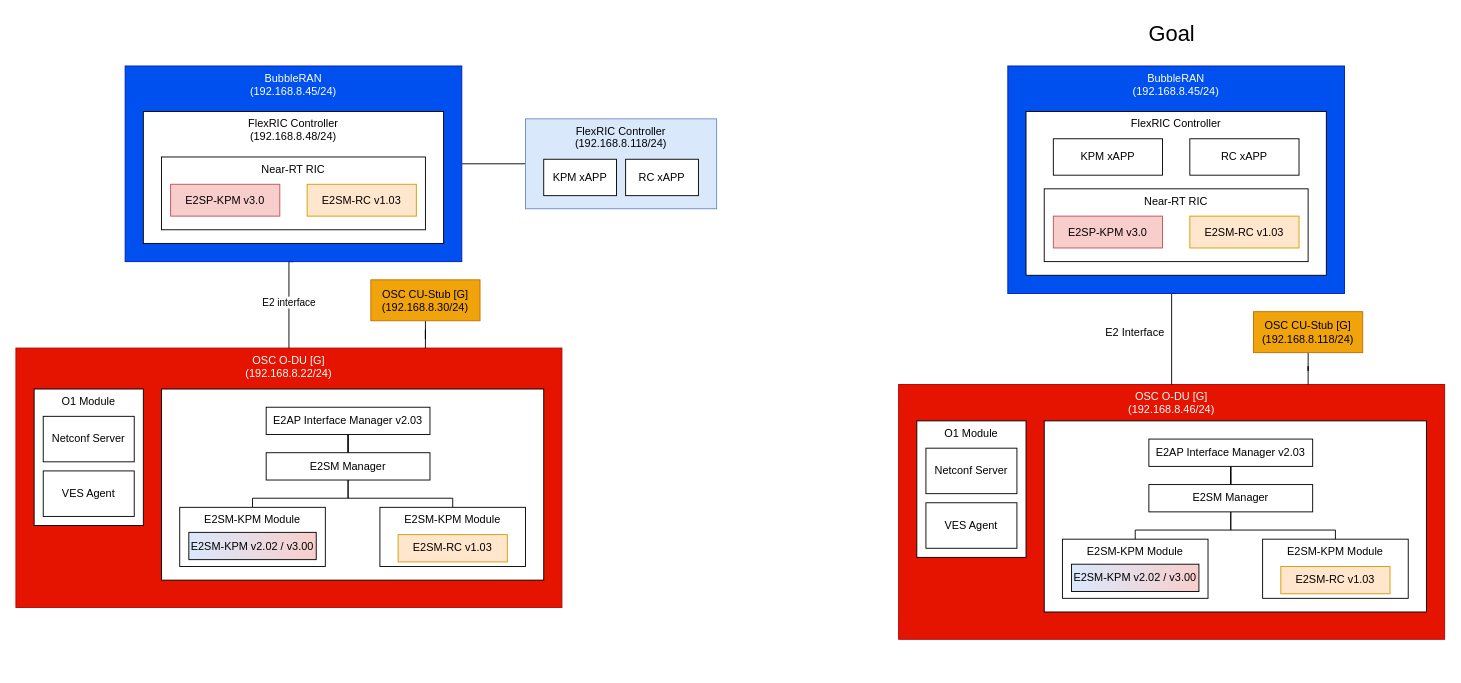
Before: page "Option 1" (1 of 5) of diagrams.drawio in NTUST-BMW-Lab/bubbleran, a draw.io diagram. Source tidied: cells renumbered, new cells numbered last; positions are measured from the earlier drawing's top-left corner, leaving out a move shared by most shapes. Both pictures are drawn from the tidied source at 91%, with x=0, y=0 at pixel (15, 15).
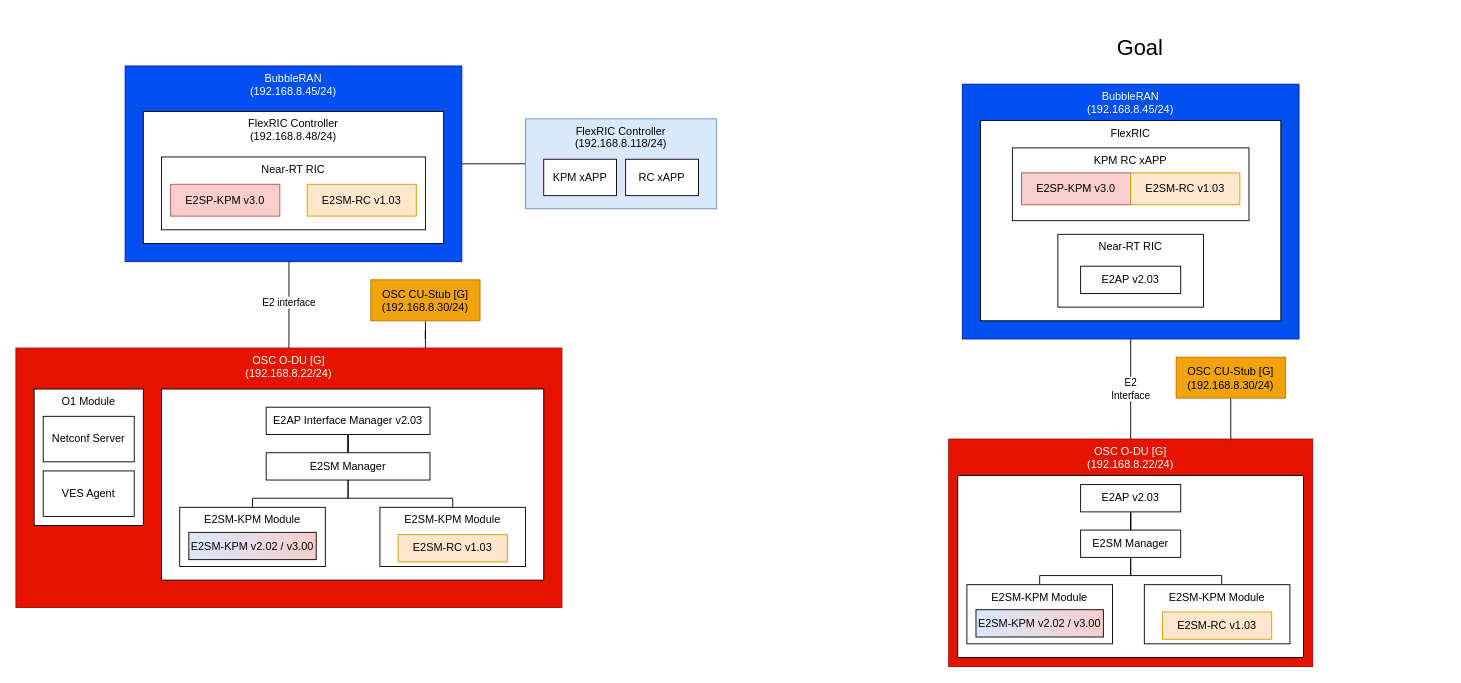
After the change.

Commit message (it also covers changes not shown here):
Diagram OSC O-DU L2 + OAI FlexRIC

Unchanged cells that the change refers to:
```xml
<mxCell id="41" value="E2SM-KPM Module" style="rounded=0;whiteSpace=wrap;html=1;verticalAlign=top;" parent="40" vertex="1">
  <mxGeometry width="160" height="65" as="geometry" />
</mxCell>
```

What changed in the source:
```diff
@@
-    <mxCell id="30" value="OSC O-DU [G]&lt;br&gt;(192.168.8.46/24)" style="rounded=0;whiteSpace=wrap;html=1;verticalAlign=top;fillColor=#e51400;fontColor=#ffffff;strokeColor=#B20000;" parent="1" vertex="1">
-      <mxGeometry x="970" y="405" width="600" height="280" as="geometry" />
+    <mxCell id="30" value="OSC O-DU [G]&lt;br&gt;(192.168.8.22/24)" style="rounded=0;whiteSpace=wrap;html=1;verticalAlign=top;fillColor=#e51400;fontColor=#ffffff;strokeColor=#B20000;" parent="1" vertex="1">
+      <mxGeometry x="1025" y="465" width="400" height="250" as="geometry" />
     </mxCell>
-    <mxCell id="31" value="O1 Module" style="rounded=0;whiteSpace=wrap;html=1;verticalAlign=top;" parent="1" vertex="1">
-      <mxGeometry x="990" y="445" width="120" height="150" as="geometry" />
-    </mxCell>
-    <mxCell id="32" value="Netconf Server" style="rounded=0;whiteSpace=wrap;html=1;" parent="1" vertex="1">
-      <mxGeometry x="1000" y="475" width="100" height="50" as="geometry" />
-    </mxCell>
-    <mxCell id="33" value="VES Agent" style="rounded=0;whiteSpace=wrap;html=1;" parent="1" vertex="1">
-      <mxGeometry x="1000" y="535" width="100" height="50" as="geometry" />
-    </mxCell>
     <mxCell id="34" style="rounded=0;whiteSpace=wrap;html=1;" parent="1" vertex="1">
-      <mxGeometry x="1130" y="445" width="420" height="210" as="geometry" />
+      <mxGeometry x="1035" y="505" width="380" height="200" as="geometry" />
     </mxCell>
@@
-    <mxCell id="36" value="E2AP Interface Manager v2.03" style="rounded=0;whiteSpace=wrap;html=1;" parent="1" vertex="1">
-      <mxGeometry x="1245" y="465" width="180" height="30" as="geometry" />
+    <mxCell id="36" value="E2AP v2.03" style="rounded=0;whiteSpace=wrap;html=1;" parent="1" vertex="1">
+      <mxGeometry x="1170" y="515" width="110" height="30" as="geometry" />
     </mxCell>
     <mxCell id="37" style="edgeStyle=orthogonalEdgeStyle;rounded=0;jettySize=auto;html=1;endArrow=none;endFill=0;" parent="1" edge="1" source="39" target="41">
-      <mxGeometry relative="1" as="geometry" />
+      <mxGeometry relative="1" as="geometry">
+        <Array as="points">
+          <mxPoint x="1225" y="615" />
+          <mxPoint x="1125" y="615" />
+        </Array>
+      </mxGeometry>
     </mxCell>
     <mxCell id="38" style="edgeStyle=orthogonalEdgeStyle;rounded=0;jettySize=auto;html=1;endArrow=none;endFill=0;" parent="1" edge="1" source="39" target="43">
       <mxGeometry relative="1" as="geometry">
         <Array as="points">
-          <mxPoint x="1335" y="565" />
-          <mxPoint x="1450" y="565" />
+          <mxPoint x="1225" y="615" />
+          <mxPoint x="1325" y="615" />
         </Array>
       </mxGeometry>
     </mxCell>
     <mxCell id="39" value="E2SM Manager" style="rounded=0;whiteSpace=wrap;html=1;" parent="1" vertex="1">
-      <mxGeometry x="1245" y="515" width="180" height="30" as="geometry" />
+      <mxGeometry x="1170" y="565" width="110" height="30" as="geometry" />
     </mxCell>
     <mxCell id="40" style="group;" parent="1" vertex="1">
-      <mxGeometry x="1150" y="575" width="160" height="65" as="geometry" />
+      <mxGeometry x="1045" y="625" width="160" height="65" as="geometry" />
     </mxCell>
@@
     <mxCell id="43" value="E2SM-KPM Module" style="rounded=0;whiteSpace=wrap;html=1;verticalAlign=top;" parent="1" vertex="1">
-      <mxGeometry x="1370" y="575" width="160" height="65" as="geometry" />
+      <mxGeometry x="1240" y="625" width="160" height="65" as="geometry" />
     </mxCell>
     <mxCell id="44" value="E2SM-RC v1.03" style="rounded=0;whiteSpace=wrap;html=1;fillColor=#ffe6cc;strokeColor=#d79b00;" parent="1" vertex="1">
-      <mxGeometry x="1390" y="605" width="120" height="30" as="geometry" />
+      <mxGeometry x="1260" y="655" width="120" height="30" as="geometry" />
     </mxCell>
-    <mxCell id="45" style="edgeStyle=orthogonalEdgeStyle;rounded=0;jettySize=auto;html=1;entryX=0.75;entryY=0;entryDx=0;entryDy=0;endArrow=none;endFill=0;" parent="1" edge="1" source="46" target="30">
+    <mxCell id="45" style="edgeStyle=orthogonalEdgeStyle;rounded=0;jettySize=auto;html=1;entryX=0.775;entryY=0.005;entryDx=0;entryDy=0;endArrow=none;endFill=0;entryPerimeter=0;" parent="1" edge="1" source="46" target="30">
       <mxGeometry relative="1" as="geometry" />
     </mxCell>
-    <mxCell id="46" value="OSC CU-Stub [G]&lt;br&gt;(192.168.8.118/24)" style="rounded=0;whiteSpace=wrap;html=1;fillColor=#f0a30a;fontColor=#000000;strokeColor=#BD7000;" parent="1" vertex="1">
-      <mxGeometry x="1360" y="325" width="120" height="45" as="geometry" />
+    <mxCell id="46" value="OSC CU-Stub [G]&lt;br&gt;(192.168.8.30/24)" style="rounded=0;whiteSpace=wrap;html=1;fillColor=#f0a30a;fontColor=#000000;strokeColor=#BD7000;" parent="1" vertex="1">
+      <mxGeometry x="1275" y="375" width="120" height="45" as="geometry" />
     </mxCell>
-    <mxCell id="47" style="edgeStyle=orthogonalEdgeStyle;rounded=0;jettySize=auto;html=1;endArrow=none;endFill=0;jumpStyle=arc;exitX=0.5;exitY=1;exitDx=0;exitDy=0;" parent="1" edge="1" source="49" target="30">
-      <mxGeometry relative="1" as="geometry">
-        <Array as="points">
-          <mxPoint x="1270" y="305" />
-        </Array>
-      </mxGeometry>
-    </mxCell>
-    <mxCell id="48" value="E2 Interface" style="text;html=1;strokeColor=none;fillColor=none;align=center;verticalAlign=middle;whiteSpace=wrap;rounded=0;" parent="1" vertex="1">
-      <mxGeometry x="1175" y="332.5" width="110" height="30" as="geometry" />
+    <mxCell id="48" value="E2&lt;br&gt;Interface" style="edgeStyle=orthogonalEdgeStyle;rounded=0;jettySize=auto;html=1;entryX=0.5;entryY=0;entryDx=0;entryDy=0;endArrow=none;endFill=0;" parent="1" edge="1" source="49" target="30">
+      <mxGeometry relative="1" as="geometry" />
     </mxCell>
     <mxCell id="49" value="BubbleRAN&lt;br&gt;(192.168.8.45/24)" style="rounded=0;whiteSpace=wrap;html=1;verticalAlign=top;fillColor=#0050ef;fontColor=#ffffff;strokeColor=#001DBC;" parent="1" vertex="1">
-      <mxGeometry x="1090" y="55" width="370" height="250" as="geometry" />
+      <mxGeometry x="1040" y="75" width="370" height="280" as="geometry" />
     </mxCell>
-    <mxCell id="50" value="FlexRIC Controller" style="rounded=0;whiteSpace=wrap;html=1;verticalAlign=top;" parent="1" vertex="1">
-      <mxGeometry x="1110" y="105" width="330" height="180" as="geometry" />
+    <mxCell id="50" value="FlexRIC" style="rounded=0;whiteSpace=wrap;html=1;verticalAlign=top;" parent="1" vertex="1">
+      <mxGeometry x="1060" y="115" width="330" height="220" as="geometry" />
     </mxCell>
-    <mxCell id="51" value="KPM xAPP" style="rounded=0;whiteSpace=wrap;html=1;" parent="1" vertex="1">
-      <mxGeometry x="1140" y="135" width="120" height="40" as="geometry" />
+    <mxCell id="51" value="KPM RC xAPP" style="rounded=0;whiteSpace=wrap;html=1;verticalAlign=top;" parent="1" vertex="1">
+      <mxGeometry x="1095" y="145" width="260" height="80" as="geometry" />
     </mxCell>
-    <mxCell id="52" value="RC xAPP" style="rounded=0;whiteSpace=wrap;html=1;" parent="1" vertex="1">
-      <mxGeometry x="1290" y="135" width="120" height="40" as="geometry" />
-    </mxCell>
     <mxCell id="53" value="Near-RT RIC" style="rounded=0;whiteSpace=wrap;html=1;verticalAlign=top;" parent="1" vertex="1">
-      <mxGeometry x="1130" y="190" width="290" height="80" as="geometry" />
+      <mxGeometry x="1145" y="240" width="160" height="80" as="geometry" />
     </mxCell>
     <mxCell id="54" value="E2SP-KPM v3.0" style="rounded=0;whiteSpace=wrap;html=1;fillColor=#f8cecc;strokeColor=#b85450;" parent="1" vertex="1">
-      <mxGeometry x="1140" y="220" width="120" height="35" as="geometry" />
+      <mxGeometry x="1105" y="172.5" width="120" height="35" as="geometry" />
     </mxCell>
     <mxCell id="55" value="E2SM-RC v1.03" style="rounded=0;whiteSpace=wrap;html=1;fillColor=#ffe6cc;strokeColor=#d79b00;" parent="1" vertex="1">
-      <mxGeometry x="1290" y="220" width="120" height="35" as="geometry" />
+      <mxGeometry x="1225" y="172.5" width="120" height="35" as="geometry" />
     </mxCell>
@@
     <mxCell id="57" value="&lt;font style=&quot;font-size: 24px;&quot;&gt;Goal&lt;/font&gt;" style="text;html=1;align=center;verticalAlign=middle;strokeColor=none;fillColor=none;" parent="1" vertex="1">
-      <mxGeometry x="1235" width="70" height="40" as="geometry" />
+      <mxGeometry x="1200" y="15" width="70" height="40" as="geometry" />
     </mxCell>
+    <mxCell id="58" value="E2AP v2.03" style="rounded=0;whiteSpace=wrap;html=1;" parent="1" vertex="1">
+      <mxGeometry x="1170" y="275" width="110" height="30" as="geometry" />
+    </mxCell>
```
